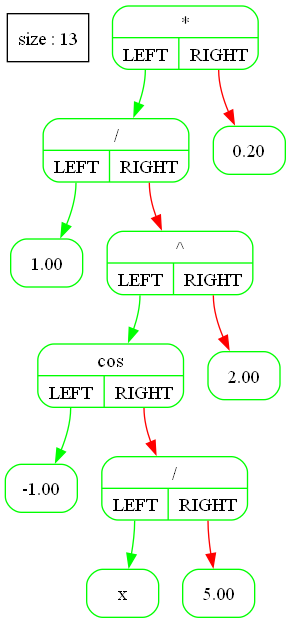
Before: files/Tree_graph4.png, a diagram exported from Graphviz (A-Elbereth-Gilthoniel/Differentiator). Its source is kept beside it as files/Tree_graph4.dot.
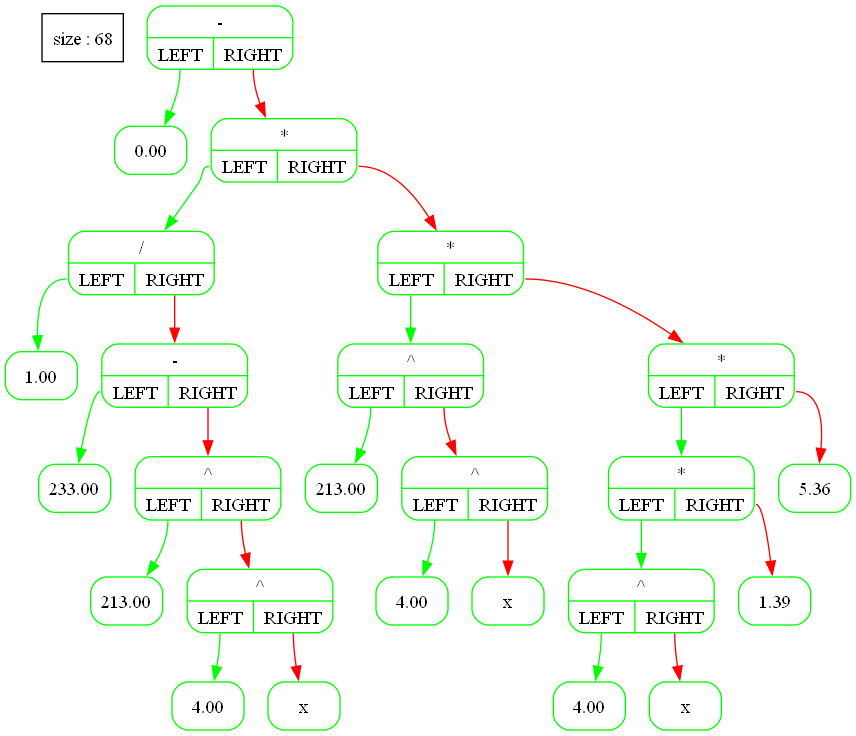
After the change.

Change to the diagram source:
```diff
@@ -1,26 +1,54 @@
 digraph G {
-  tree [shape=box ; stryle=rounded ; label="size : 13"];
+  tree [shape=box ; stryle=rounded ; label="size : 68"];
   edge [color=black];
   node [shape=record ; style=rounded ; color=green];
-14912904 [label="{*|{<YES>LEFT|<NO>RIGHT}}"];
-14911648 [label="{/|{<YES>LEFT|<NO>RIGHT}}"];
-14910888 [label="{1.00}"];
-14910808 [label="{^|{<YES>LEFT|<NO>RIGHT}}"];
-14910408 [label="{cos|{<YES>LEFT|<NO>RIGHT}}"];
-14911328 [label="{-1.00}"];
-14911408 [label="{/|{<YES>LEFT|<NO>RIGHT}}"];
-14910968 [label="{x}"];
-14911368 [label="{5.00}"];
-14910768 [label="{2.00}"];
-14913544 [label="{0.20}"];
-14912904:<YES> -> 14911648 [color=green];
-14911648:<YES> -> 14910888 [color=green];
-14911648:<NO> -> 14910808 [color=red];
-14910808:<YES> -> 14910408 [color=green];
-14910408:<YES> -> 14911328 [color=green];
-14910408:<NO> -> 14911408 [color=red];
-14911408:<YES> -> 14910968 [color=green];
-14911408:<NO> -> 14911368 [color=red];
-14910808:<NO> -> 14910768 [color=red];
-14912904:<NO> -> 14913544 [color=red];
+14731368 [label="{-|{<YES>LEFT|<NO>RIGHT}}"];
+14732528 [label="{0.00}"];
+14731128 [label="{*|{<YES>LEFT|<NO>RIGHT}}"];
+14731648 [label="{/|{<YES>LEFT|<NO>RIGHT}}"];
+14732408 [label="{1.00}"];
+14732568 [label="{-|{<YES>LEFT|<NO>RIGHT}}"];
+14732288 [label="{233.00}"];
+14732328 [label="{^|{<YES>LEFT|<NO>RIGHT}}"];
+14731688 [label="{213.00}"];
+14731928 [label="{^|{<YES>LEFT|<NO>RIGHT}}"];
+14731968 [label="{4.00}"];
+14731408 [label="{x}"];
+14732728 [label="{*|{<YES>LEFT|<NO>RIGHT}}"];
+14733488 [label="{^|{<YES>LEFT|<NO>RIGHT}}"];
+14732088 [label="{213.00}"];
+14733688 [label="{^|{<YES>LEFT|<NO>RIGHT}}"];
+14732208 [label="{4.00}"];
+14733648 [label="{x}"];
+14733408 [label="{*|{<YES>LEFT|<NO>RIGHT}}"];
+14733848 [label="{*|{<YES>LEFT|<NO>RIGHT}}"];
+14733048 [label="{^|{<YES>LEFT|<NO>RIGHT}}"];
+14733128 [label="{4.00}"];
+14733728 [label="{x}"];
+14733808 [label="{1.39}"];
+14732888 [label="{5.36}"];
+14731368:<YES> -> 14732528 [color=green];
+14731368:<NO> -> 14731128 [color=red];
+14731128:<YES> -> 14731648 [color=green];
+14731648:<YES> -> 14732408 [color=green];
+14731648:<NO> -> 14732568 [color=red];
+14732568:<YES> -> 14732288 [color=green];
+14732568:<NO> -> 14732328 [color=red];
+14732328:<YES> -> 14731688 [color=green];
+14732328:<NO> -> 14731928 [color=red];
+14731928:<YES> -> 14731968 [color=green];
+14731928:<NO> -> 14731408 [color=red];
+14731128:<NO> -> 14732728 [color=red];
+14732728:<YES> -> 14733488 [color=green];
+14733488:<YES> -> 14732088 [color=green];
+14733488:<NO> -> 14733688 [color=red];
+14733688:<YES> -> 14732208 [color=green];
+14733688:<NO> -> 14733648 [color=red];
+14732728:<NO> -> 14733408 [color=red];
+14733408:<YES> -> 14733848 [color=green];
+14733848:<YES> -> 14733048 [color=green];
+14733048:<YES> -> 14733128 [color=green];
+14733048:<NO> -> 14733728 [color=red];
+14733848:<NO> -> 14733808 [color=red];
+14733408:<NO> -> 14732888 [color=red];
 }
```
